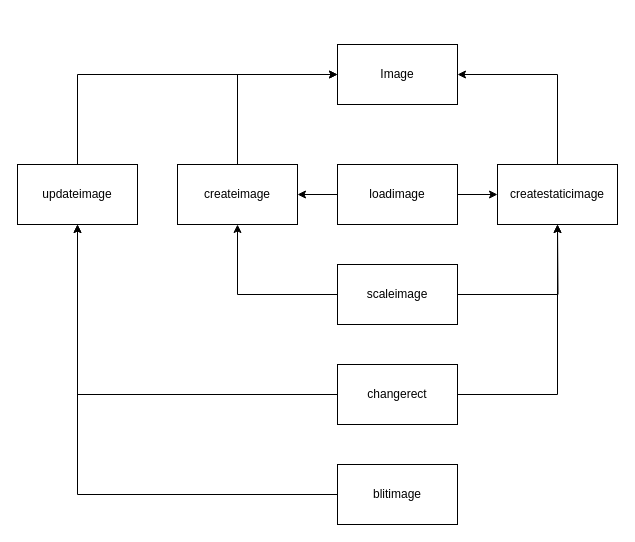
Above: Untitled Diagram.drawio in PrettyPlayer/NonameProject (draw.io), before the change. Source tidied: cells renumbered, new cells numbered last; positions are measured from the earlier drawing's top-left corner, leaving out a move shared by most shapes. Both pictures are drawn from the tidied source at 100%, with x=0, y=0 at pixel (17, 44).
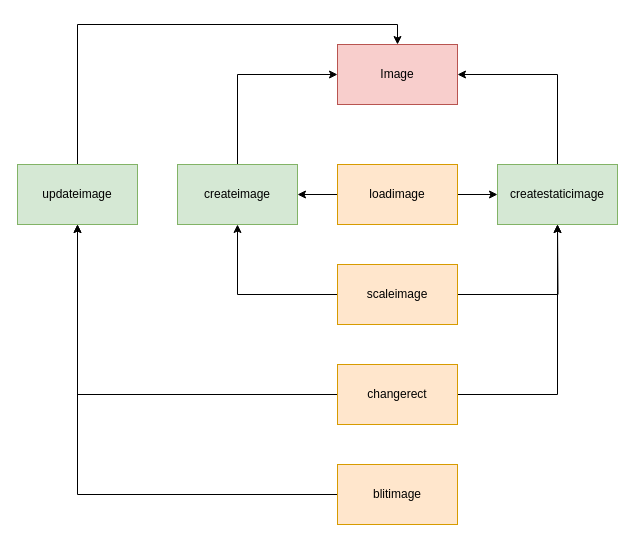
After the change.

What changed in the source:
```diff
@@
-    <mxCell id="3" value="createimage" style="rounded=0;whiteSpace=wrap;html=1;" parent="1" vertex="1">
+    <mxCell id="3" value="createimage" style="rounded=0;whiteSpace=wrap;html=1;fillColor=#d5e8d4;strokeColor=#82b366;" parent="1" vertex="1">
       <mxGeometry x="160" y="120" width="120" height="60" as="geometry" />
     </mxCell>
@@
-    <mxCell id="6" value="loadimage" style="rounded=0;whiteSpace=wrap;html=1;" parent="1" vertex="1">
+    <mxCell id="6" value="loadimage" style="rounded=0;whiteSpace=wrap;html=1;fillColor=#ffe6cc;strokeColor=#d79b00;" parent="1" vertex="1">
       <mxGeometry x="320" y="120" width="120" height="60" as="geometry" />
     </mxCell>
@@
-    <mxCell id="9" value="scaleimage" style="rounded=0;whiteSpace=wrap;html=1;" parent="1" vertex="1">
+    <mxCell id="9" value="scaleimage" style="rounded=0;whiteSpace=wrap;html=1;fillColor=#ffe6cc;strokeColor=#d79b00;" parent="1" vertex="1">
       <mxGeometry x="320" y="220" width="120" height="60" as="geometry" />
     </mxCell>
-    <mxCell id="10" style="edgeStyle=orthogonalEdgeStyle;rounded=0;jettySize=auto;html=1;exitX=0.5;exitY=0;exitDx=0;exitDy=0;entryX=0;entryY=0.5;entryDx=0;entryDy=0;" parent="1" edge="1" source="11" target="17">
+    <mxCell id="10" style="edgeStyle=orthogonalEdgeStyle;rounded=0;jettySize=auto;html=1;exitX=0.5;exitY=0;exitDx=0;exitDy=0;entryX=0.5;entryY=0;entryDx=0;entryDy=0;" parent="1" edge="1" source="11" target="17">
       <mxGeometry relative="1" as="geometry" />
     </mxCell>
-    <mxCell id="11" value="updateimage" style="rounded=0;whiteSpace=wrap;html=1;" parent="1" vertex="1">
+    <mxCell id="11" value="updateimage" style="rounded=0;whiteSpace=wrap;html=1;fillColor=#d5e8d4;strokeColor=#82b366;" parent="1" vertex="1">
       <mxGeometry y="120" width="120" height="60" as="geometry" />
     </mxCell>
@@
-    <mxCell id="14" value="changerect" style="rounded=0;whiteSpace=wrap;html=1;" parent="1" vertex="1">
+    <mxCell id="14" value="changerect" style="rounded=0;whiteSpace=wrap;html=1;fillColor=#ffe6cc;strokeColor=#d79b00;" parent="1" vertex="1">
       <mxGeometry x="320" y="320" width="120" height="60" as="geometry" />
     </mxCell>
@@
-    <mxCell id="16" value="blitimage" style="rounded=0;whiteSpace=wrap;html=1;" parent="1" vertex="1">
+    <mxCell id="16" value="blitimage" style="rounded=0;whiteSpace=wrap;html=1;fillColor=#ffe6cc;strokeColor=#d79b00;" parent="1" vertex="1">
       <mxGeometry x="320" y="420" width="120" height="60" as="geometry" />
     </mxCell>
-    <mxCell id="17" value="Image" style="rounded=0;whiteSpace=wrap;html=1;" parent="1" vertex="1">
+    <mxCell id="17" value="Image" style="rounded=0;whiteSpace=wrap;html=1;fillColor=#f8cecc;strokeColor=#b85450;" parent="1" vertex="1">
       <mxGeometry x="320" width="120" height="60" as="geometry" />
     </mxCell>
@@
-    <mxCell id="19" value="createstaticimage" style="rounded=0;whiteSpace=wrap;html=1;" parent="1" vertex="1">
+    <mxCell id="19" value="createstaticimage" style="rounded=0;whiteSpace=wrap;html=1;fillColor=#d5e8d4;strokeColor=#82b366;" parent="1" vertex="1">
       <mxGeometry x="480" y="120" width="120" height="60" as="geometry" />
     </mxCell>
```
